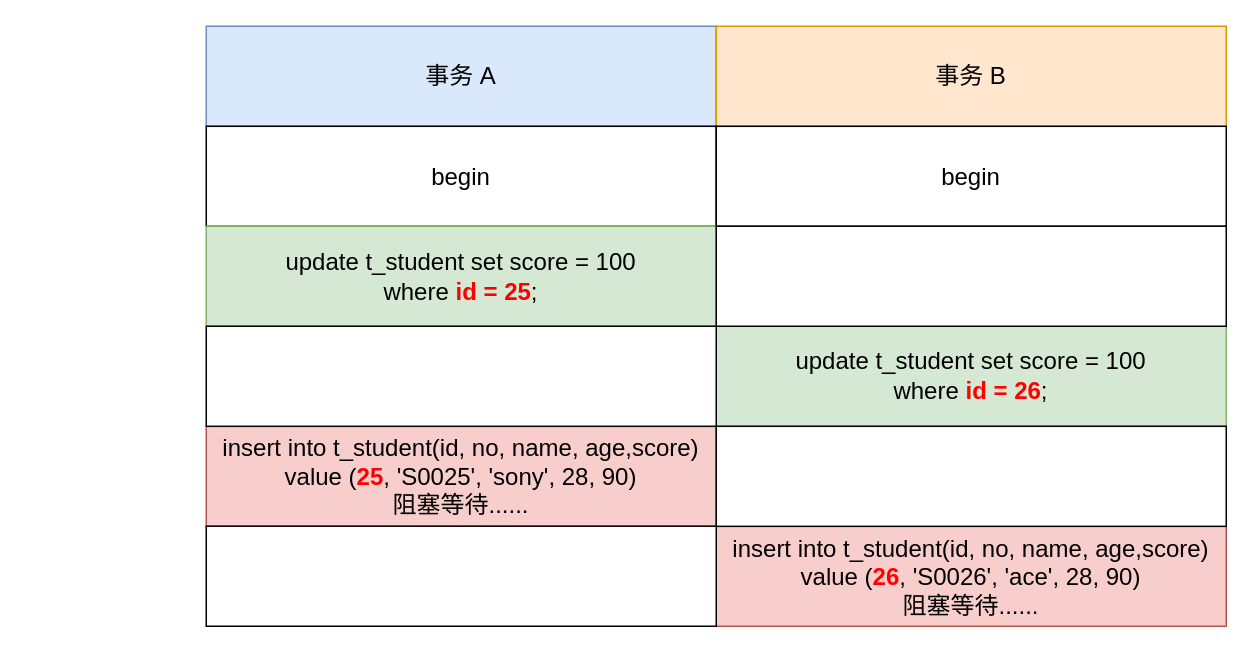
Earlier version of the draw.io diagram mysql/lock/ab事务死锁.drawio (xiaolincoder/ImageHost4). Source tidied: cells renumbered, new cells numbered last; positions are measured from the earlier drawing's top-left corner, leaving out a move shared by most shapes. Both pictures are drawn from the tidied source at 150%, with x=0, y=0 at pixel (206, 26).
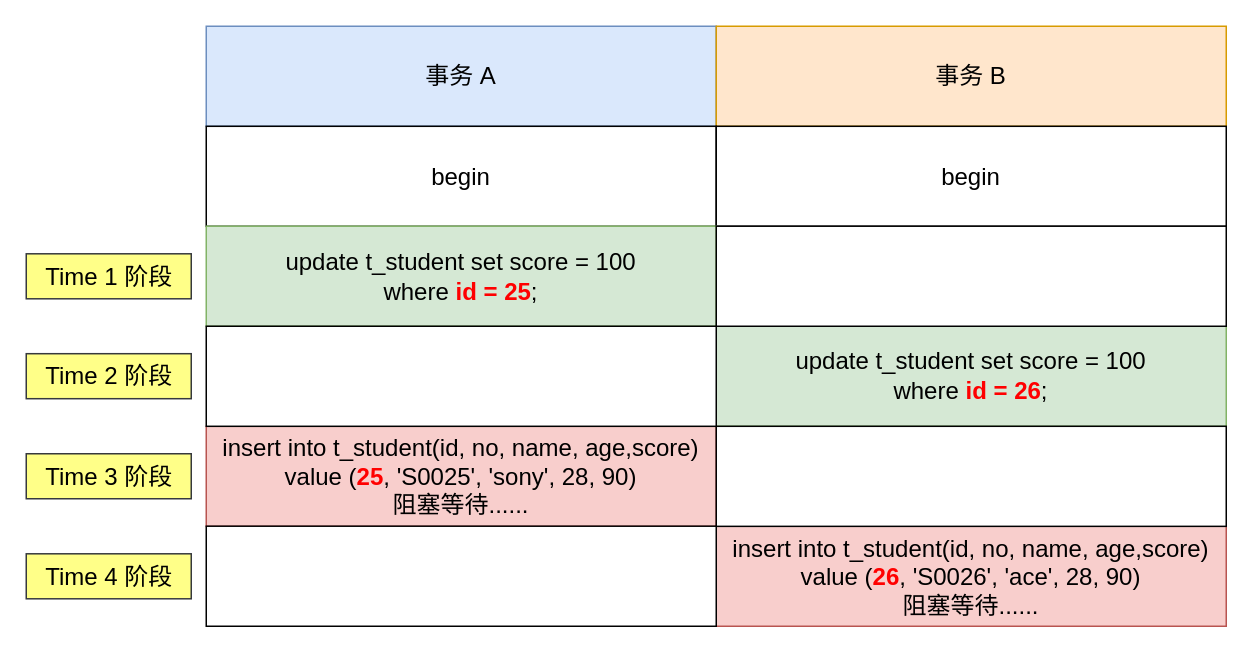
Above is the later version.

Commit message:
更新ab事务死锁.drawio

Change to the diagram source:
```diff
@@
 <mxGraphModel>
   <root>
     <mxCell id="0" />
     <mxCell id="1" parent="0" />
     <mxCell id="2" value="事务 A" style="rounded=0;whiteSpace=wrap;html=1;fontSize=16;fillColor=#dae8fc;strokeColor=#6c8ebf;" parent="1" vertex="1">
       <mxGeometry width="340" height="66.7" as="geometry" />
     </mxCell>
     <mxCell id="3" value="事务 B" style="rounded=0;whiteSpace=wrap;html=1;fontSize=16;fillColor=#ffe6cc;strokeColor=#d79b00;" parent="1" vertex="1">
       <mxGeometry x="340" width="340" height="66.7" as="geometry" />
     </mxCell>
     <mxCell id="4" value="begin" style="rounded=0;whiteSpace=wrap;html=1;fontSize=16;" parent="1" vertex="1">
       <mxGeometry y="66.7" width="340" height="66.7" as="geometry" />
     </mxCell>
     <mxCell id="5" value="begin" style="rounded=0;whiteSpace=wrap;html=1;fontSize=16;" parent="1" vertex="1">
       <mxGeometry x="340" y="66.7" width="340" height="66.7" as="geometry" />
     </mxCell>
     <mxCell id="6" value="update t_student set score = 100&lt;br&gt;where&lt;b&gt; &lt;font color=&quot;#ff0000&quot;&gt;id = 25&lt;/font&gt;&lt;/b&gt;;" style="rounded=0;whiteSpace=wrap;html=1;fontSize=16;fillColor=#d5e8d4;strokeColor=#82b366;" parent="1" vertex="1">
       <mxGeometry y="133.3" width="340" height="66.7" as="geometry" />
     </mxCell>
     <mxCell id="7" value="update t_student set score = 100&lt;br&gt;where &lt;font color=&quot;#ff0000&quot;&gt;&lt;b&gt;id = 26&lt;/b&gt;&lt;/font&gt;;" style="rounded=0;whiteSpace=wrap;html=1;fontSize=16;fillColor=#d5e8d4;strokeColor=#82b366;" parent="1" vertex="1">
       <mxGeometry x="340" y="200" width="340" height="66.7" as="geometry" />
     </mxCell>
     <mxCell id="8" value="insert into t_student(id, no, name, age,score) value (&lt;font color=&quot;#ff0000&quot;&gt;&lt;b&gt;25&lt;/b&gt;&lt;/font&gt;, 'S0025', 'sony', 28, 90)&lt;br&gt;阻塞等待......" style="rounded=0;whiteSpace=wrap;html=1;fontSize=16;fillColor=#f8cecc;strokeColor=#b85450;" parent="1" vertex="1">
       <mxGeometry y="266.7" width="340" height="66.7" as="geometry" />
     </mxCell>
     <mxCell id="9" value="insert into t_student(id, no, name, age,score) value (&lt;font color=&quot;#ff0000&quot;&gt;&lt;b&gt;26&lt;/b&gt;&lt;/font&gt;, 'S0026', 'ace', 28, 90)&lt;br&gt;阻塞等待......" style="rounded=0;whiteSpace=wrap;html=1;fontSize=16;fillColor=#f8cecc;strokeColor=#b85450;" parent="1" vertex="1">
       <mxGeometry x="340" y="333.3" width="340" height="66.7" as="geometry" />
     </mxCell>
     <mxCell id="10" style="rounded=0;whiteSpace=wrap;html=1;fontSize=16;" parent="1" vertex="1">
       <mxGeometry x="340" y="133.3" width="340" height="66.7" as="geometry" />
     </mxCell>
     <mxCell id="11" style="rounded=0;whiteSpace=wrap;html=1;fontSize=16;" parent="1" vertex="1">
       <mxGeometry x="340" y="266.7" width="340" height="66.7" as="geometry" />
     </mxCell>
     <mxCell id="12" style="rounded=0;whiteSpace=wrap;html=1;fontSize=16;" parent="1" vertex="1">
       <mxGeometry y="200" width="340" height="66.7" as="geometry" />
     </mxCell>
     <mxCell id="13" style="rounded=0;whiteSpace=wrap;html=1;fontSize=16;" parent="1" vertex="1">
       <mxGeometry y="333.3" width="340" height="66.7" as="geometry" />
     </mxCell>
+    <mxCell id="14" value="Time 1 阶段" style="text;html=1;align=center;verticalAlign=middle;strokeColor=#36393d;fillColor=#ffff88;fontSize=16;" parent="1" vertex="1">
+      <mxGeometry x="-120" y="151.7" width="110" height="30" as="geometry" />
+    </mxCell>
+    <mxCell id="15" value="Time 2 阶段" style="text;html=1;align=center;verticalAlign=middle;strokeColor=#36393d;fillColor=#ffff88;fontSize=16;" parent="1" vertex="1">
+      <mxGeometry x="-120" y="218.3" width="110" height="30" as="geometry" />
+    </mxCell>
+    <mxCell id="16" value="Time 3 阶段" style="text;html=1;align=center;verticalAlign=middle;strokeColor=#36393d;fillColor=#ffff88;fontSize=16;" parent="1" vertex="1">
+      <mxGeometry x="-120" y="285" width="110" height="30" as="geometry" />
+    </mxCell>
+    <mxCell id="17" value="Time 4 阶段" style="text;html=1;align=center;verticalAlign=middle;strokeColor=#36393d;fillColor=#ffff88;fontSize=16;" parent="1" vertex="1">
+      <mxGeometry x="-120" y="351.7" width="110" height="30" as="geometry" />
+    </mxCell>
   </root>
 </mxGraphModel>
```
